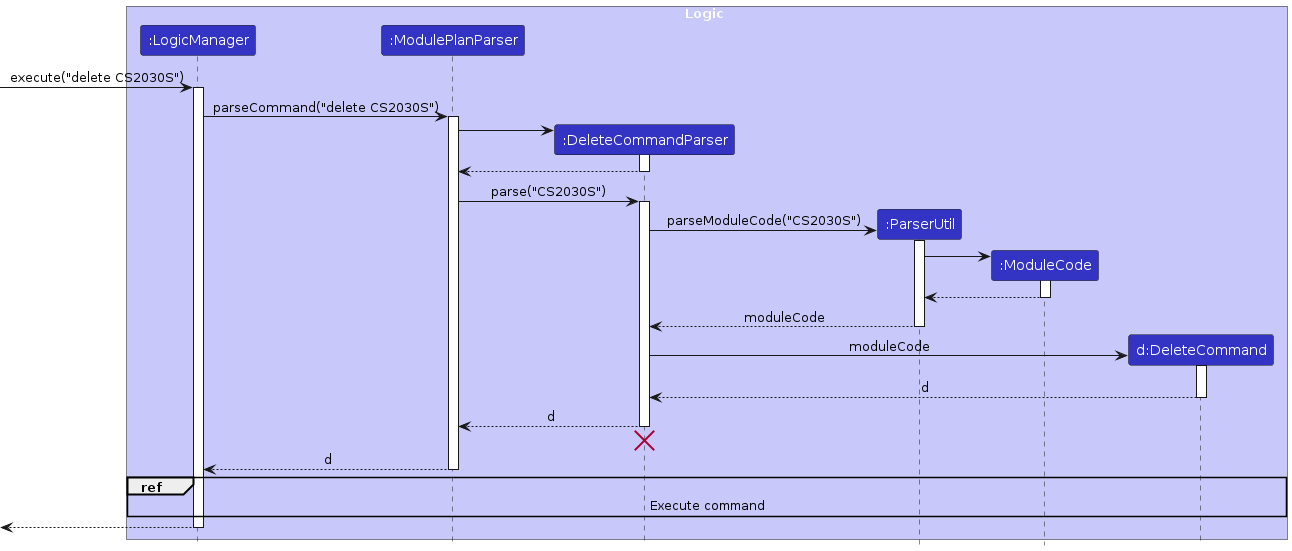
This is diagrams/DeleteSequenceDiagram.png from AY2324S1-CS2103T-T13-0/tp, a PlantUML export, as it was before one commit. Its source is kept beside it as diagrams/DeleteSequenceDiagram.puml.
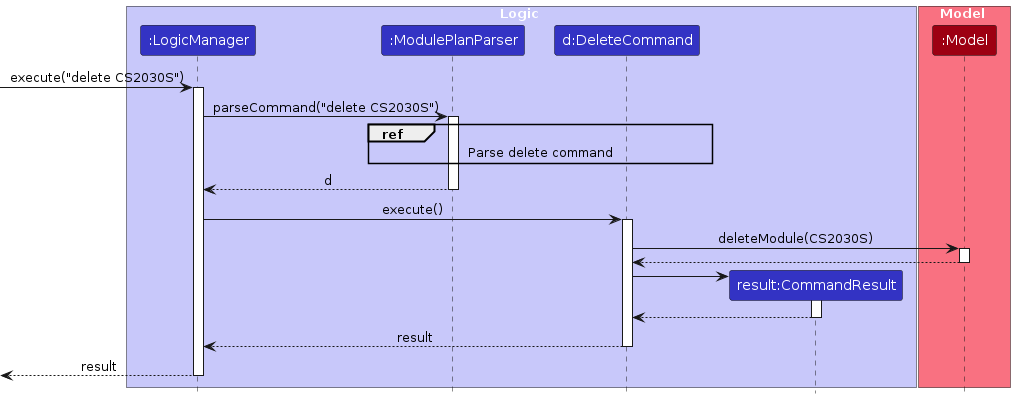
The same file after the commit.

Diff of the diagram source:
```diff
@@ -5,10 +5,12 @@
 box Logic LOGIC_COLOR_T1
 participant ":LogicManager" as LogicManager LOGIC_COLOR
 participant ":ModulePlanParser" as ModulePlanParser LOGIC_COLOR
-participant ":DeleteCommandParser" as DeleteCommandParser LOGIC_COLOR
-participant ":ParserUtil" as ParserUtil LOGIC_COLOR
-participant ":ModuleCode" as ModuleCode LOGIC_COLOR
 participant "d:DeleteCommand" as DeleteCommand LOGIC_COLOR
+participant "result:CommandResult" as CommandResult LOGIC_COLOR
+end box
+
+box Model MODEL_COLOR_T1
+participant ":Model" as Model MODEL_COLOR
 end box
 
 [-> LogicManager : execute("delete CS2030S")
@@ -17,49 +19,31 @@
 LogicManager -> ModulePlanParser : parseCommand("delete CS2030S")
 activate ModulePlanParser
 
-create DeleteCommandParser
-ModulePlanParser -> DeleteCommandParser
-activate DeleteCommandParser
-
-DeleteCommandParser --> ModulePlanParser
-deactivate DeleteCommandParser
-
-ModulePlanParser -> DeleteCommandParser : parse("CS2030S")
-activate DeleteCommandParser
-
-
-create ParserUtil
-DeleteCommandParser -> ParserUtil : parseModuleCode("CS2030S")
-activate ParserUtil
-
-create ModuleCode
-ParserUtil -> ModuleCode
-activate ModuleCode
-ModuleCode --> ParserUtil
-deactivate ModuleCode
-
-ParserUtil --> DeleteCommandParser : moduleCode
-deactivate ParserUtil
-
-create DeleteCommand
-DeleteCommandParser -> DeleteCommand : moduleCode
-activate DeleteCommand
-
-DeleteCommand --> DeleteCommandParser : d
-deactivate DeleteCommand
-
-DeleteCommandParser --> ModulePlanParser : d
-deactivate DeleteCommandParser
-DeleteCommandParser -[hidden]-> ModulePlanParser
-destroy DeleteCommandParser
+ref over ModulePlanParser, DeleteCommand : Parse delete command
 
 ModulePlanParser --> LogicManager : d
 deactivate ModulePlanParser
 
-ref over LogicManager, DeleteCommand
-Execute command
-end ref
+LogicManager -> DeleteCommand : execute()
+activate DeleteCommand
 
-[<--LogicManager
+DeleteCommand -> Model : deleteModule(CS2030S)
+activate Model
+
+Model --> DeleteCommand
+deactivate Model
+
+create CommandResult
+DeleteCommand -> CommandResult
+activate CommandResult
+
+CommandResult --> DeleteCommand
+deactivate CommandResult
+
+DeleteCommand --> LogicManager : result
+deactivate DeleteCommand
+
+[<--LogicManager : result
 deactivate LogicManager
+
 @enduml
```
